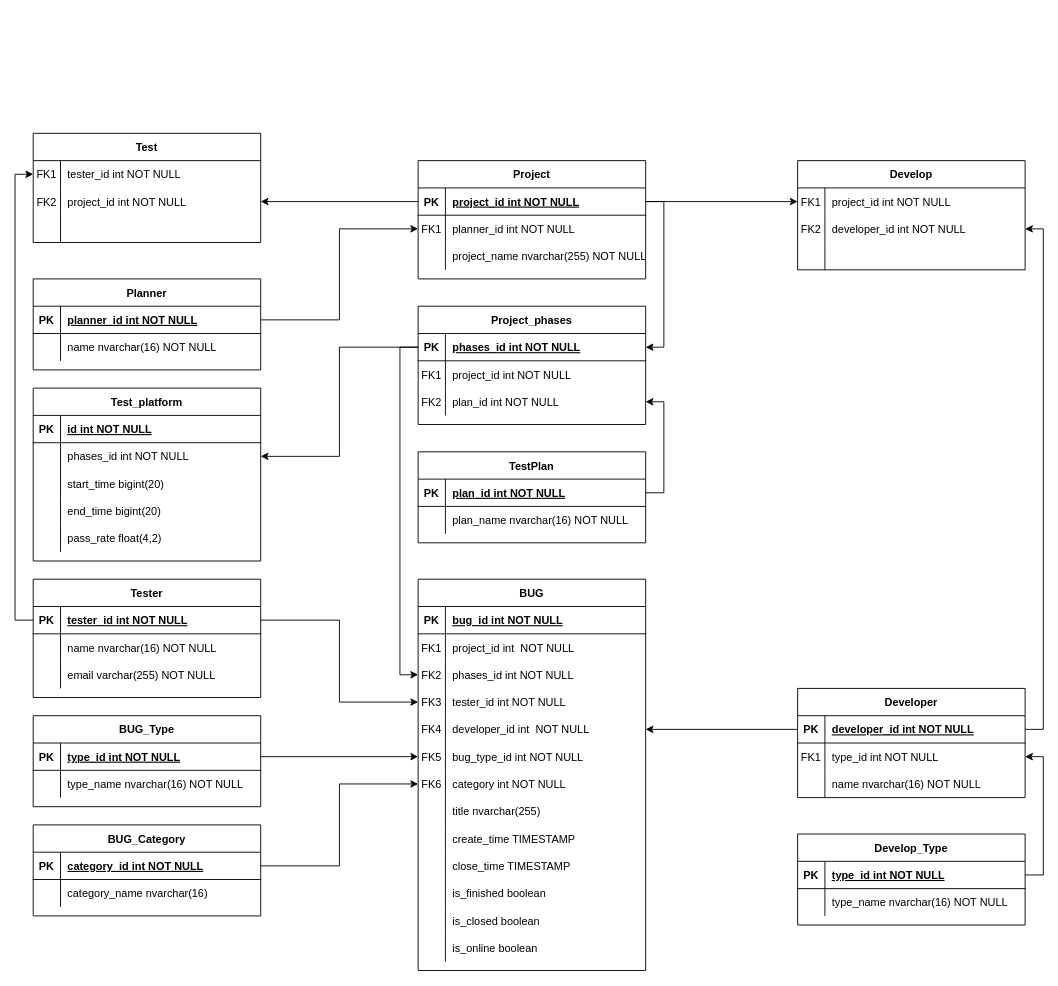
The draw.io diagram page "v3" (3 of 3) of doc/Sheet.drawio in NaoOtosaka/StatisticForTester, before the edit. Source tidied: cells renumbered, new cells numbered last; positions are measured from the earlier drawing's top-left corner, leaving out a move shared by most shapes. Both pictures are drawn from the tidied source at 91%, with x=0, y=0 at pixel (33, 133).
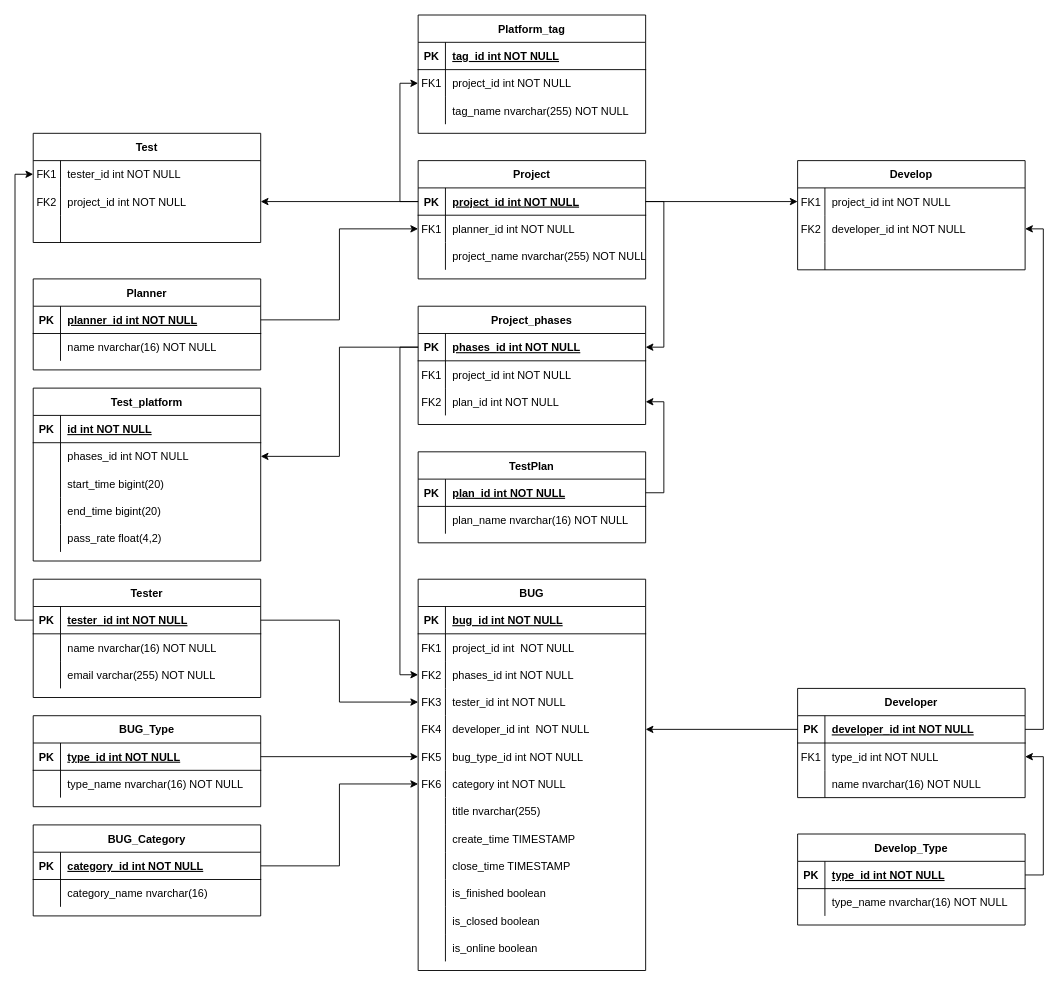
Above is the later version.

Unchanged cells that the change refers to:
```xml
<mxCell id="3" style="shape=partialRectangle;fillColor=none;points=[[0,0.5],[1,0.5]];portConstraint=eastwest;top=0;left=0;right=0;bottom=1;" parent="2" vertex="1">
  <mxGeometry y="30" width="250" height="30" as="geometry" />
</mxCell>
```

What changed in the source:
```diff
@@
+    <mxCell id="167" value="Platform_tag" style="shape=table;startSize=30;childLayout=tableLayout;rowLines=0;fontStyle=1;align=center;" parent="1" vertex="1">
+      <mxGeometry x="423" y="-130" width="250" height="130" as="geometry" />
+    </mxCell>
+    <mxCell id="168" style="shape=partialRectangle;fillColor=none;top=0;left=0;right=0;bottom=1;" parent="167" vertex="1">
+      <mxGeometry y="30" width="250" height="30" as="geometry" />
+    </mxCell>
+    <mxCell id="169" value="PK" style="shape=partialRectangle;overflow=hidden;fillColor=none;top=0;left=0;bottom=0;right=0;fontStyle=1;" parent="168" vertex="1">
+      <mxGeometry width="30" height="30" as="geometry" />
+    </mxCell>
+    <mxCell id="170" value="tag_id int NOT NULL " style="shape=partialRectangle;overflow=hidden;fillColor=none;top=0;left=0;bottom=0;right=0;align=left;spacingLeft=6;fontStyle=5;" parent="168" vertex="1">
+      <mxGeometry x="30" width="220" height="30" as="geometry" />
+    </mxCell>
+    <mxCell id="171" style="shape=partialRectangle;fillColor=none;points=[[0,0.5],[1,0.5]];portConstraint=eastwest;top=0;left=0;right=0;bottom=0;" parent="167" vertex="1">
+      <mxGeometry y="60" width="250" height="30" as="geometry" />
+    </mxCell>
+    <mxCell id="172" value="FK1" style="shape=partialRectangle;overflow=hidden;fillColor=none;top=0;left=0;bottom=0;right=0;" parent="171" vertex="1">
+      <mxGeometry width="30" height="30" as="geometry" />
+    </mxCell>
+    <mxCell id="173" value="project_id int NOT NULL" style="shape=partialRectangle;overflow=hidden;fillColor=none;top=0;left=0;bottom=0;right=0;align=left;spacingLeft=6;" parent="171" vertex="1">
+      <mxGeometry x="30" width="220" height="30" as="geometry" />
+    </mxCell>
+    <mxCell id="174" style="shape=partialRectangle;fillColor=none;top=0;left=0;right=0;bottom=0;" parent="167" vertex="1">
+      <mxGeometry y="90" width="250" height="30" as="geometry" />
+    </mxCell>
+    <mxCell id="175" style="shape=partialRectangle;overflow=hidden;fillColor=none;top=0;left=0;bottom=0;right=0;" parent="174" vertex="1">
+      <mxGeometry width="30" height="30" as="geometry" />
+    </mxCell>
+    <mxCell id="176" value="tag_name nvarchar(255) NOT NULL" style="shape=partialRectangle;overflow=hidden;fillColor=none;top=0;left=0;bottom=0;right=0;align=left;spacingLeft=6;" parent="174" vertex="1">
+      <mxGeometry x="30" width="220" height="30" as="geometry" />
+    </mxCell>
+    <mxCell id="177" style="edgeStyle=orthogonalEdgeStyle;rounded=0;jettySize=auto;html=1;exitX=0;exitY=0.5;exitDx=0;exitDy=0;entryX=0;entryY=0.5;entryDx=0;entryDy=0;" parent="1" edge="1" source="3" target="171">
+      <mxGeometry relative="1" as="geometry" />
+    </mxCell>
```
